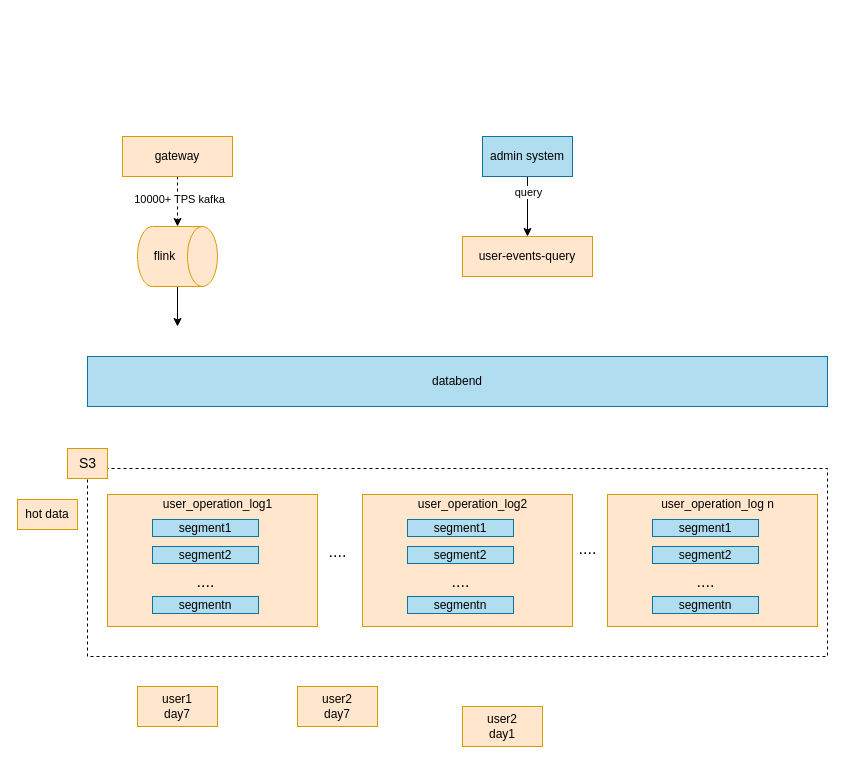
Before: page "第 2 页" (2 of 2) of doc/用户行为日志.drawio in jackjoesh/databend, a draw.io diagram. Source tidied: cells renumbered, new cells numbered last; positions are measured from the earlier drawing's top-left corner, leaving out a move shared by most shapes. Both pictures are drawn from the tidied source at 100%, with x=0, y=0 at pixel (17, 136).
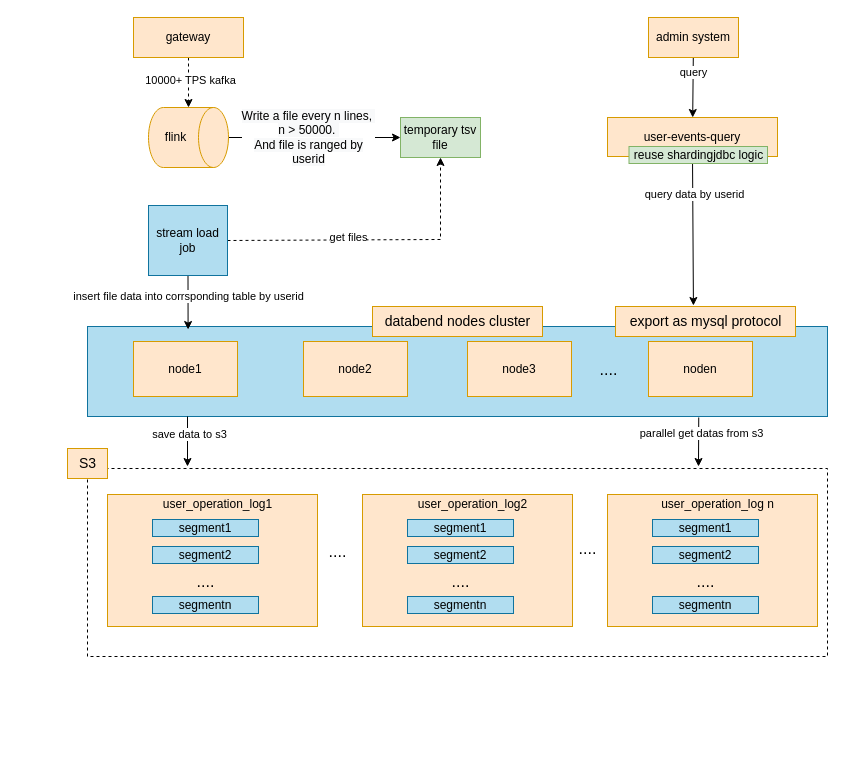
The same page after the edit.

Commit message:
更新用户行为日志.drawio

What changed in the source:
```diff
@@
-    <mxCell id="4" value="user1&lt;br&gt;day7" style="rounded=0;whiteSpace=wrap;html=1;fillColor=#ffe6cc;strokeColor=#d79b00;" parent="1" vertex="1">
-      <mxGeometry x="120" y="550" width="80" height="40" as="geometry" />
-    </mxCell>
-    <mxCell id="5" value="user2&lt;br&gt;day1" style="rounded=0;whiteSpace=wrap;html=1;fillColor=#ffe6cc;strokeColor=#d79b00;" parent="1" vertex="1">
-      <mxGeometry x="445" y="570" width="80" height="40" as="geometry" />
-    </mxCell>
-    <mxCell id="6" value="user2&lt;br&gt;day7" style="rounded=0;whiteSpace=wrap;html=1;fillColor=#ffe6cc;strokeColor=#d79b00;" parent="1" vertex="1">
-      <mxGeometry x="280" y="550" width="80" height="40" as="geometry" />
+    <mxCell id="6" value="temporary tsv file" style="rounded=0;whiteSpace=wrap;html=1;fillColor=#d5e8d4;strokeColor=#82b366;" parent="1" vertex="1">
+      <mxGeometry x="383" y="-19" width="80" height="40" as="geometry" />
     </mxCell>
-    <mxCell id="7" value="hot data" style="rounded=0;whiteSpace=wrap;html=1;fillColor=#ffe6cc;strokeColor=#d79b00;" parent="1" vertex="1">
-      <mxGeometry y="363" width="60" height="30" as="geometry" />
-    </mxCell>
@@
-    <mxCell id="9" style="edgeStyle=orthogonalEdgeStyle;rounded=0;jettySize=auto;html=1;" parent="1" edge="1" source="10">
-      <mxGeometry relative="1" as="geometry">
-        <mxPoint x="160" y="190" as="targetPoint" />
-        <Array as="points">
-          <mxPoint x="160" y="190" />
-          <mxPoint x="160" y="190" />
-        </Array>
-      </mxGeometry>
-    </mxCell>
+    <mxCell id="39" style="edgeStyle=none;rounded=0;jettySize=auto;html=1;exitX=0.5;exitY=0;exitDx=0;exitDy=0;exitPerimeter=0;entryX=0;entryY=0.5;entryDx=0;entryDy=0;" parent="1" edge="1" source="10" target="6">
+      <mxGeometry relative="1" as="geometry" />
+    </mxCell>
+    <mxCell id="40" value="&lt;span style=&quot;font-size: 12px; background-color: rgb(248, 249, 250);&quot;&gt;Write a file every n lines,&amp;nbsp;&lt;br&gt;n &amp;gt; 50000.&amp;nbsp; &lt;br&gt;And file is ranged by&lt;br&gt;userid&lt;br&gt;&lt;/span&gt;" style="edgeLabel;html=1;align=center;verticalAlign=middle;" parent="39" vertex="1">
+      <mxGeometry x="0.38" y="1" relative="1" as="geometry">
+        <mxPoint x="-40" as="offset" />
+      </mxGeometry>
+    </mxCell>
     <mxCell id="10" value="flink" style="shape=cylinder3;whiteSpace=wrap;html=1;boundedLbl=1;backgroundOutline=1;size=15;direction=south;fillColor=#ffe6cc;strokeColor=#d79b00;" parent="1" vertex="1">
-      <mxGeometry x="120" y="90" width="80" height="60" as="geometry" />
+      <mxGeometry x="131" y="-29" width="80" height="60" as="geometry" />
     </mxCell>
@@
     <mxCell id="13" value="gateway" style="rounded=0;whiteSpace=wrap;html=1;fillColor=#ffe6cc;strokeColor=#d79b00;" parent="1" vertex="1">
-      <mxGeometry x="105" width="110" height="40" as="geometry" />
+      <mxGeometry x="116" y="-119" width="110" height="40" as="geometry" />
     </mxCell>
     <mxCell id="14" value="user-events-query" style="rounded=0;whiteSpace=wrap;html=1;fillColor=#ffe6cc;strokeColor=#d79b00;" parent="1" vertex="1">
-      <mxGeometry x="445" y="100" width="130" height="40" as="geometry" />
+      <mxGeometry x="590" y="-19" width="170" height="39" as="geometry" />
     </mxCell>
@@
-    <mxCell id="17" value="admin system" style="rounded=0;whiteSpace=wrap;html=1;fillColor=#b1ddf0;strokeColor=#10739e;" parent="1" vertex="1">
-      <mxGeometry x="465" width="90" height="40" as="geometry" />
+    <mxCell id="17" value="admin system" style="rounded=0;whiteSpace=wrap;html=1;fillColor=#ffe6cc;strokeColor=#d79b00;" parent="1" vertex="1">
+      <mxGeometry x="631" y="-119" width="90" height="40" as="geometry" />
     </mxCell>
@@
-    <mxCell id="19" value="databend" style="rounded=0;whiteSpace=wrap;html=1;fillColor=#b1ddf0;strokeColor=#10739e;" parent="1" vertex="1">
-      <mxGeometry x="70" y="220" width="740" height="50" as="geometry" />
+    <mxCell id="19" style="rounded=0;whiteSpace=wrap;html=1;fillColor=#b1ddf0;strokeColor=#10739e;" parent="1" vertex="1">
+      <mxGeometry x="70" y="190" width="740" height="90" as="geometry" />
     </mxCell>
@@
+    <mxCell id="41" style="edgeStyle=none;rounded=0;jettySize=auto;html=1;exitX=1;exitY=0.5;exitDx=0;exitDy=0;entryX=0.5;entryY=1;entryDx=0;entryDy=0;dashed=1;" parent="1" edge="1" source="45" target="6">
+      <mxGeometry relative="1" as="geometry">
+        <Array as="points">
+          <mxPoint x="423" y="103" />
+        </Array>
+      </mxGeometry>
+    </mxCell>
+    <mxCell id="42" value="get files" style="edgeLabel;html=1;align=center;verticalAlign=middle;" parent="41" vertex="1">
+      <mxGeometry x="-0.18" y="3" relative="1" as="geometry" />
+    </mxCell>
+    <mxCell id="43" style="edgeStyle=none;rounded=0;jettySize=auto;html=1;exitX=0.5;exitY=1;exitDx=0;exitDy=0;entryX=0.136;entryY=0;entryDx=0;entryDy=0;entryPerimeter=0;" parent="1" edge="1" source="45">
+      <mxGeometry relative="1" as="geometry">
+        <mxPoint x="170.6" y="193" as="targetPoint" />
+      </mxGeometry>
+    </mxCell>
+    <mxCell id="44" value="insert file data into corrsponding table by userid" style="edgeLabel;html=1;align=center;verticalAlign=middle;" parent="43" vertex="1">
+      <mxGeometry x="-0.23" relative="1" as="geometry" />
+    </mxCell>
+    <mxCell id="45" value="stream load job" style="rounded=0;whiteSpace=wrap;html=1;fillColor=#b1ddf0;strokeColor=#10739e;" parent="1" vertex="1">
+      <mxGeometry x="131" y="69" width="79" height="70" as="geometry" />
+    </mxCell>
+    <mxCell id="46" style="edgeStyle=none;rounded=0;orthogonalLoop=1;jettySize=auto;html=1;" parent="1" edge="1">
+      <mxGeometry relative="1" as="geometry">
+        <mxPoint x="170" y="280" as="sourcePoint" />
+        <mxPoint x="170" y="330" as="targetPoint" />
+      </mxGeometry>
+    </mxCell>
+    <mxCell id="47" value="save data to s3" style="edgeLabel;html=1;align=center;verticalAlign=middle;" parent="46" vertex="1">
+      <mxGeometry x="-0.32" y="1" relative="1" as="geometry" />
+    </mxCell>
+    <mxCell id="48" style="edgeStyle=none;rounded=0;orthogonalLoop=1;jettySize=auto;html=1;exitX=0.75;exitY=0;exitDx=0;exitDy=0;" parent="1" edge="1">
+      <mxGeometry relative="1" as="geometry">
+        <mxPoint x="195" y="213" as="sourcePoint" />
+        <mxPoint x="195" y="213" as="targetPoint" />
+      </mxGeometry>
+    </mxCell>
+    <mxCell id="49" style="edgeStyle=none;rounded=0;jettySize=auto;html=1;exitX=0.5;exitY=1;exitDx=0;exitDy=0;entryX=0.433;entryY=-0.033;entryDx=0;entryDy=0;entryPerimeter=0;" parent="1" edge="1" source="14" target="57">
+      <mxGeometry relative="1" as="geometry" />
+    </mxCell>
+    <mxCell id="50" value="query data by userid" style="edgeLabel;html=1;align=center;verticalAlign=middle;" parent="49" vertex="1">
+      <mxGeometry x="-0.49" y="1" relative="1" as="geometry" />
+    </mxCell>
+    <mxCell id="51" value="node1" style="rounded=0;whiteSpace=wrap;html=1;fillColor=#ffe6cc;strokeColor=#d79b00;" parent="1" vertex="1">
+      <mxGeometry x="116" y="205" width="104" height="55" as="geometry" />
+    </mxCell>
+    <mxCell id="52" value="databend nodes cluster" style="text;html=1;align=center;verticalAlign=middle;fillColor=#ffe6cc;strokeColor=#d79b00;rounded=0;fontSize=14;" parent="1" vertex="1">
+      <mxGeometry x="355" y="170" width="170" height="30" as="geometry" />
+    </mxCell>
+    <mxCell id="53" value="node2" style="rounded=0;whiteSpace=wrap;html=1;fillColor=#ffe6cc;strokeColor=#d79b00;" parent="1" vertex="1">
+      <mxGeometry x="286" y="205" width="104" height="55" as="geometry" />
+    </mxCell>
+    <mxCell id="54" value="node3" style="rounded=0;whiteSpace=wrap;html=1;fillColor=#ffe6cc;strokeColor=#d79b00;" parent="1" vertex="1">
+      <mxGeometry x="450" y="205" width="104" height="55" as="geometry" />
+    </mxCell>
+    <mxCell id="55" value="...." style="text;html=1;align=center;verticalAlign=middle;fillColor=none;strokeColor=none;rounded=0;fontSize=16;" parent="1" vertex="1">
+      <mxGeometry x="571" y="217.5" width="40" height="30" as="geometry" />
+    </mxCell>
+    <mxCell id="56" value="noden" style="rounded=0;whiteSpace=wrap;html=1;fillColor=#ffe6cc;strokeColor=#d79b00;" parent="1" vertex="1">
+      <mxGeometry x="631" y="205" width="104" height="55" as="geometry" />
+    </mxCell>
+    <mxCell id="57" value="export as mysql protocol" style="text;html=1;align=center;verticalAlign=middle;points=[];fillColor=#ffe6cc;strokeColor=#d79b00;rounded=0;fontSize=14;" parent="1" vertex="1">
+      <mxGeometry x="598" y="170" width="180" height="30" as="geometry" />
+    </mxCell>
+    <mxCell id="58" style="endArrow=classic;html=1;rounded=0;exitX=0.826;exitY=1.011;exitDx=0;exitDy=0;exitPerimeter=0;" parent="1" edge="1" source="19">
+      <mxGeometry relative="1" as="geometry">
+        <mxPoint x="681" y="330" as="targetPoint" />
+      </mxGeometry>
+    </mxCell>
+    <mxCell id="59" value="parallel get datas from s3" style="edgeLabel;html=1;align=center;verticalAlign=middle;" parent="58" vertex="1">
+      <mxGeometry x="-0.35" y="2" relative="1" as="geometry" />
+    </mxCell>
+    <mxCell id="60" value="reuse shardingjdbc logic" style="rounded=0;whiteSpace=wrap;html=1;fillColor=#d5e8d4;strokeColor=#82b366;" parent="1" vertex="1">
+      <mxGeometry x="611.5" y="10" width="138.5" height="17" as="geometry" />
+    </mxCell>
```
